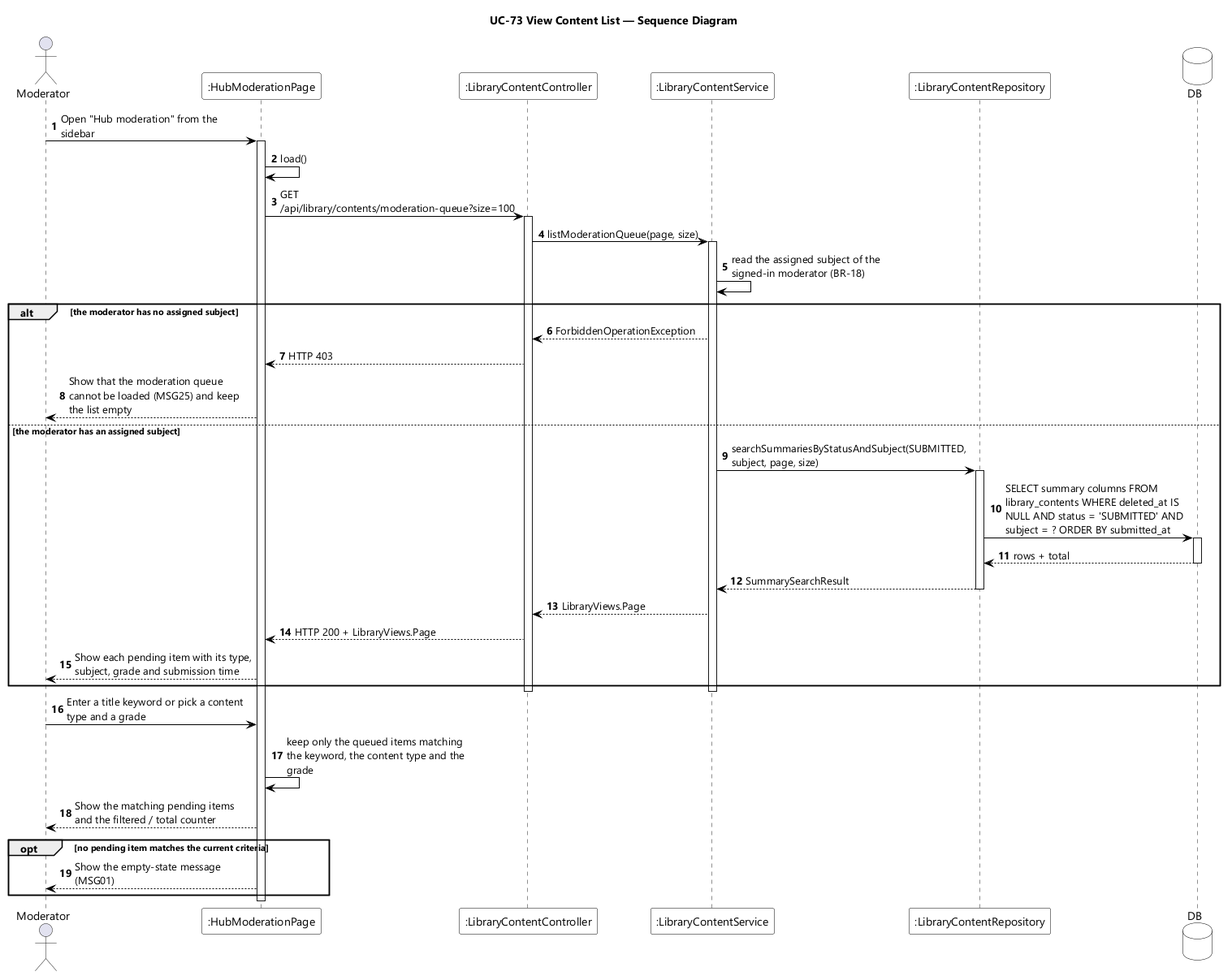
Earlier version of the PlantUML export designs/sds-diagrams/uc73/uc73-sequence-diagram.png (EduA-system/EduA-system).
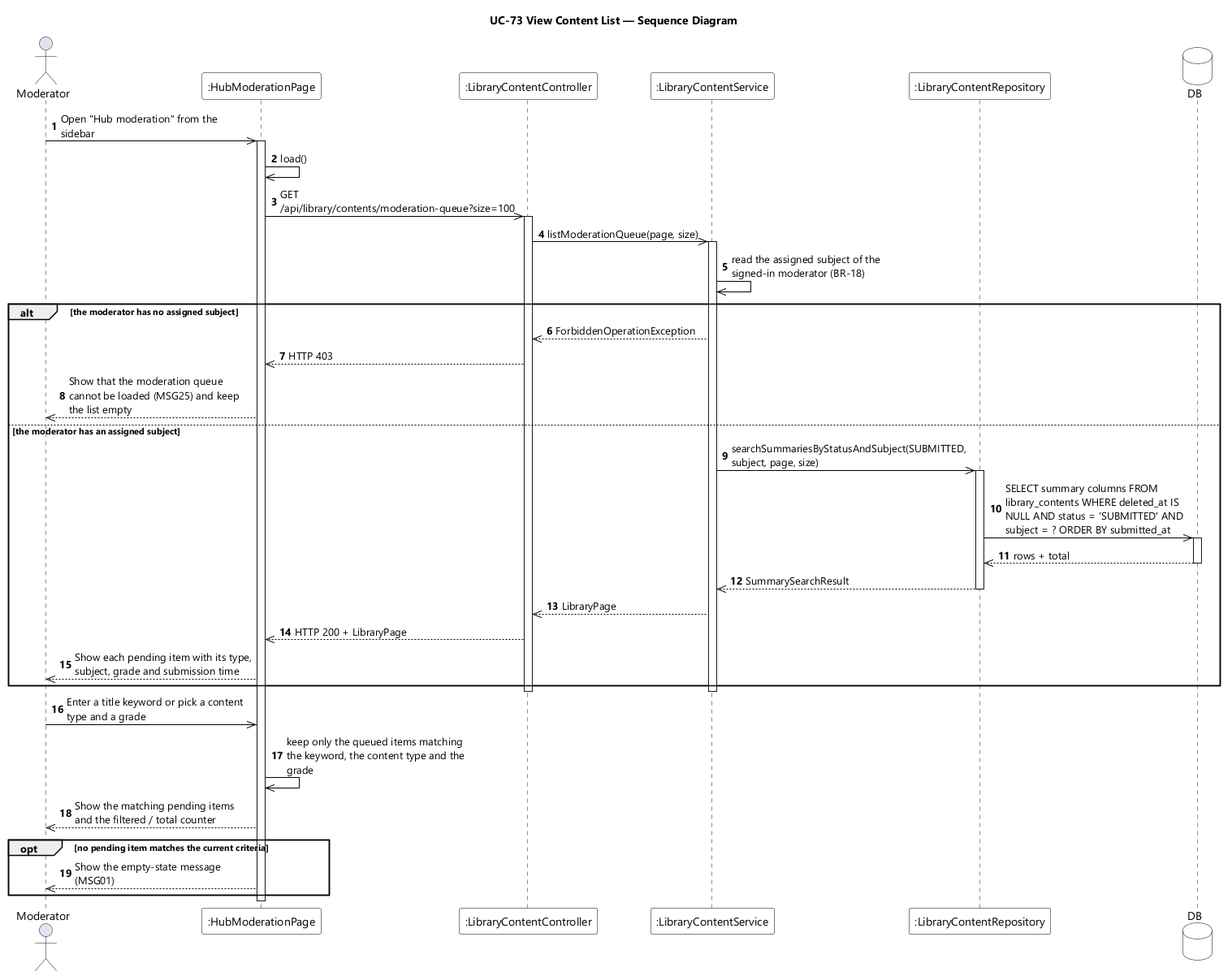
After the change.

Change to the diagram source:
```diff
@@ -19,41 +19,41 @@
 database DB
 
 autonumber
-Moderator -> UI : Open "Hub moderation" from the sidebar
+Moderator ->> UI : Open "Hub moderation" from the sidebar
 activate UI
-UI -> UI : load()
-UI -> CTL : GET /api/library/contents/moderation-queue?size=100
+UI ->> UI : load()
+UI ->> CTL : GET /api/library/contents/moderation-queue?size=100
 activate CTL
-CTL -> SVC : listModerationQueue(page, size)
+CTL ->> SVC : listModerationQueue(page, size)
 activate SVC
-SVC -> SVC : read the assigned subject of the signed-in moderator (BR-18)
+SVC ->> SVC : read the assigned subject of the signed-in moderator (BR-18)
 
 alt the moderator has no assigned subject
-  SVC --> CTL : ForbiddenOperationException
-  CTL --> UI : HTTP 403
-  UI --> Moderator : Show that the moderation queue cannot be loaded (MSG25) and keep the list empty
+  SVC -->> CTL : ForbiddenOperationException
+  CTL -->> UI : HTTP 403
+  UI -->> Moderator : Show that the moderation queue cannot be loaded (MSG25) and keep the list empty
 else the moderator has an assigned subject
-  SVC -> REPO : searchSummariesByStatusAndSubject(SUBMITTED, subject, page, size)
+  SVC ->> REPO : searchSummariesByStatusAndSubject(SUBMITTED, subject, page, size)
   activate REPO
-  REPO -> DB : SELECT summary columns FROM library_contents WHERE deleted_at IS NULL AND status = 'SUBMITTED' AND subject = ? ORDER BY submitted_at
+  REPO ->> DB : SELECT summary columns FROM library_contents WHERE deleted_at IS NULL AND status = 'SUBMITTED' AND subject = ? ORDER BY submitted_at
   activate DB
-  DB --> REPO : rows + total
+  DB -->> REPO : rows + total
   deactivate DB
-  REPO --> SVC : SummarySearchResult
+  REPO -->> SVC : SummarySearchResult
   deactivate REPO
-  SVC --> CTL : LibraryViews.Page
-  CTL --> UI : HTTP 200 + LibraryViews.Page
-  UI --> Moderator : Show each pending item with its type, subject, grade and submission time
+  SVC -->> CTL : LibraryPage
+  CTL -->> UI : HTTP 200 + LibraryPage
+  UI -->> Moderator : Show each pending item with its type, subject, grade and submission time
 end
 deactivate SVC
 deactivate CTL
 
-Moderator -> UI : Enter a title keyword or pick a content type and a grade
-UI -> UI : keep only the queued items matching the keyword, the content type and the grade
-UI --> Moderator : Show the matching pending items and the filtered / total counter
+Moderator ->> UI : Enter a title keyword or pick a content type and a grade
+UI ->> UI : keep only the queued items matching the keyword, the content type and the grade
+UI -->> Moderator : Show the matching pending items and the filtered / total counter
 
 opt no pending item matches the current criteria
-  UI --> Moderator : Show the empty-state message (MSG01)
+  UI -->> Moderator : Show the empty-state message (MSG01)
 end
 deactivate UI
 @enduml
```
